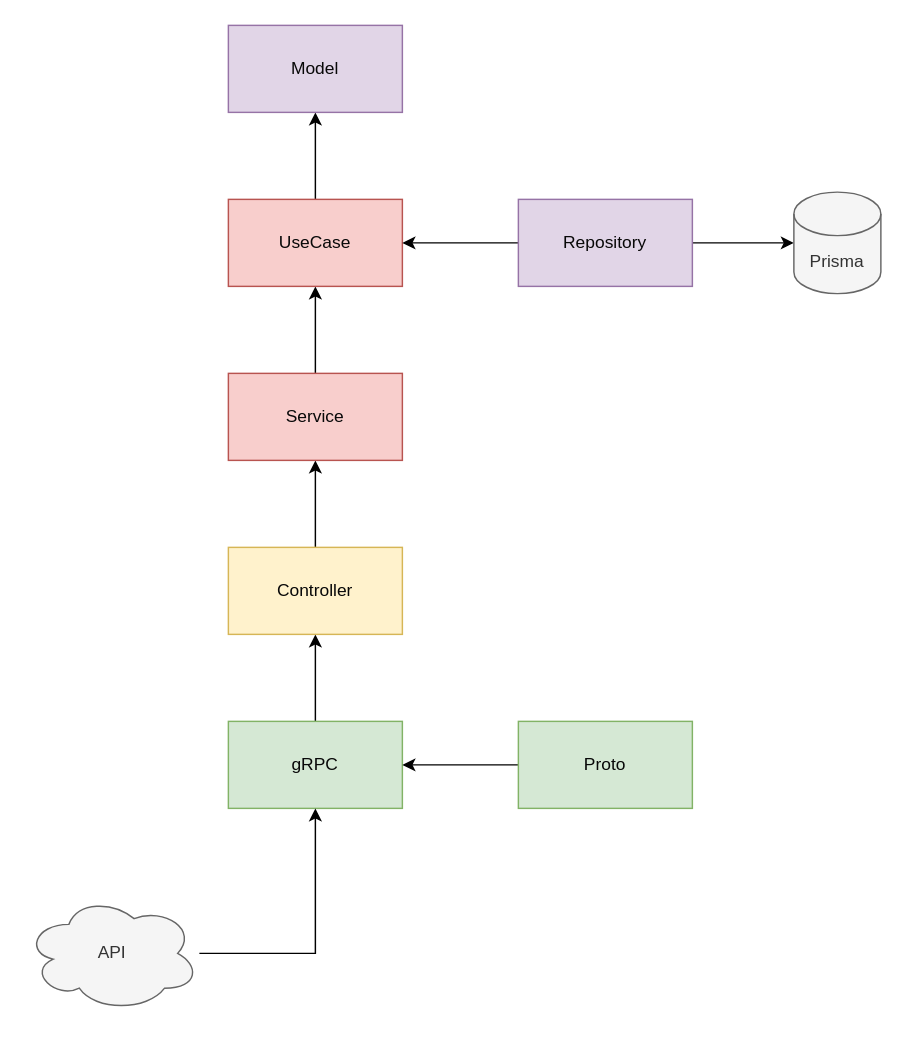
acmesquita/gTasks keeps this draw.io diagram as page "Account" (2 of 4) of docs/arch.drawio. Above is the earlier version. Source tidied: cells renumbered, new cells numbered last; positions are measured from the earlier drawing's top-left corner, leaving out a move shared by most shapes. Both pictures are drawn from the tidied source at 145%, with x=0, y=0 at pixel (25, 25).
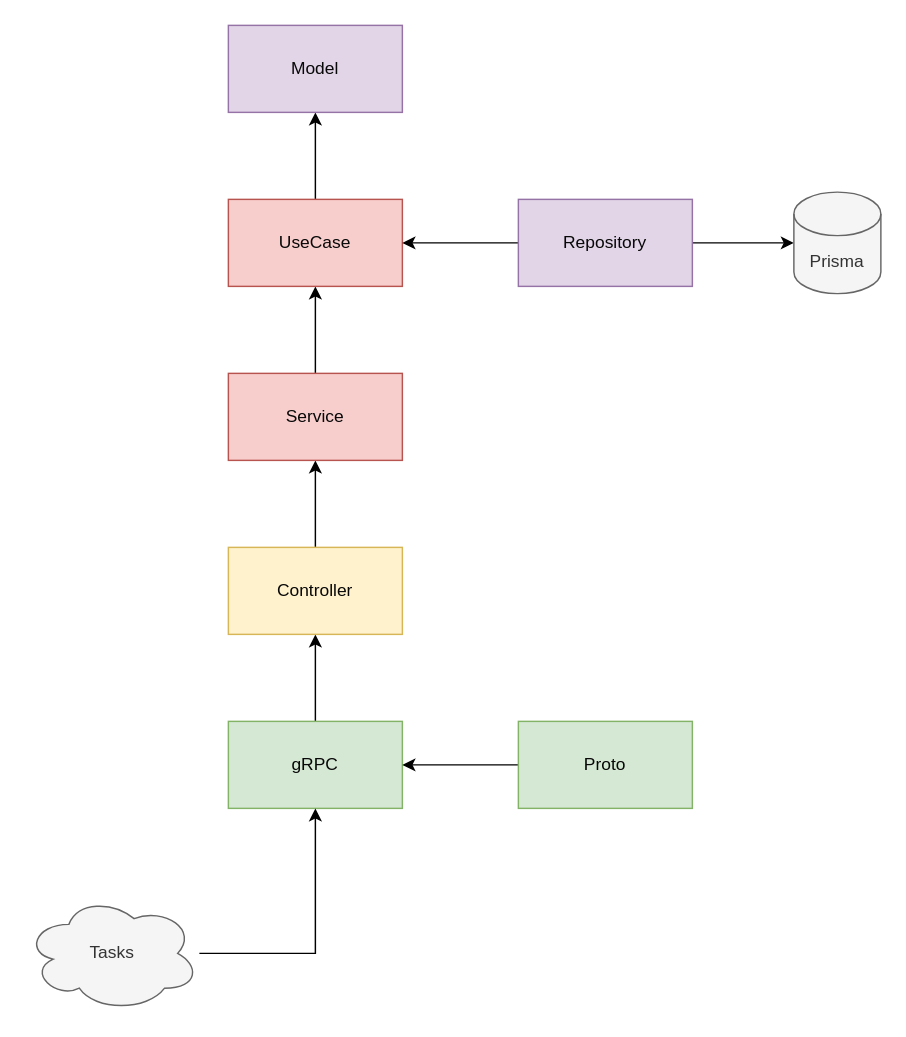
The same page after the edit.

Commit message (it also covers changes not shown here):
docs: update arch viewer

What changed in the source:
```diff
@@
 <mxGraphModel>
   <root>
     <mxCell id="0" />
     <mxCell id="1" parent="0" />
     <mxCell id="2" style="edgeStyle=orthogonalEdgeStyle;rounded=0;jettySize=auto;html=1;" parent="1" edge="1" source="3" target="5">
       <mxGeometry relative="1" as="geometry" />
     </mxCell>
     <mxCell id="3" value="gRPC" style="rounded=0;whiteSpace=wrap;html=1;fillColor=#d5e8d4;strokeColor=#82b366;fontColor=#080808;" parent="1" vertex="1">
       <mxGeometry x="140" y="480" width="120" height="60" as="geometry" />
     </mxCell>
     <mxCell id="4" style="edgeStyle=orthogonalEdgeStyle;rounded=0;jettySize=auto;html=1;" parent="1" edge="1" source="5" target="7">
       <mxGeometry relative="1" as="geometry" />
     </mxCell>
     <mxCell id="5" value="Controller" style="rounded=0;whiteSpace=wrap;html=1;fillColor=#fff2cc;strokeColor=#d6b656;fontColor=#080808;" parent="1" vertex="1">
       <mxGeometry x="140" y="360" width="120" height="60" as="geometry" />
     </mxCell>
     <mxCell id="6" style="edgeStyle=orthogonalEdgeStyle;rounded=0;jettySize=auto;html=1;" parent="1" edge="1" source="7" target="9">
       <mxGeometry relative="1" as="geometry" />
     </mxCell>
     <mxCell id="7" value="Service" style="rounded=0;whiteSpace=wrap;html=1;fillColor=#f8cecc;strokeColor=#b85450;fontColor=#080808;" parent="1" vertex="1">
       <mxGeometry x="140" y="240" width="120" height="60" as="geometry" />
     </mxCell>
     <mxCell id="8" style="edgeStyle=orthogonalEdgeStyle;rounded=0;jettySize=auto;html=1;" parent="1" edge="1" source="9" target="13">
       <mxGeometry relative="1" as="geometry" />
     </mxCell>
     <mxCell id="9" value="UseCase" style="rounded=0;whiteSpace=wrap;html=1;fillColor=#f8cecc;strokeColor=#b85450;fontColor=#080808;" parent="1" vertex="1">
       <mxGeometry x="140" y="120" width="120" height="60" as="geometry" />
     </mxCell>
     <mxCell id="10" style="edgeStyle=orthogonalEdgeStyle;rounded=0;jettySize=auto;html=1;entryX=1;entryY=0.5;entryDx=0;entryDy=0;" parent="1" edge="1" source="12" target="9">
       <mxGeometry relative="1" as="geometry" />
     </mxCell>
     <mxCell id="11" style="edgeStyle=orthogonalEdgeStyle;rounded=0;jettySize=auto;html=1;entryX=0;entryY=0.5;entryDx=0;entryDy=0;entryPerimeter=0;" parent="1" edge="1" source="12" target="16">
       <mxGeometry relative="1" as="geometry" />
     </mxCell>
     <mxCell id="12" value="Repository" style="rounded=0;whiteSpace=wrap;html=1;fillColor=#e1d5e7;strokeColor=#9673a6;fontColor=#080808;" parent="1" vertex="1">
       <mxGeometry x="340" y="120" width="120" height="60" as="geometry" />
     </mxCell>
     <mxCell id="13" value="Model" style="rounded=0;whiteSpace=wrap;html=1;fillColor=#e1d5e7;strokeColor=#9673a6;fontColor=#080808;" parent="1" vertex="1">
       <mxGeometry x="140" width="120" height="60" as="geometry" />
     </mxCell>
     <mxCell id="14" style="edgeStyle=orthogonalEdgeStyle;rounded=0;jettySize=auto;html=1;" parent="1" edge="1" source="15" target="3">
       <mxGeometry relative="1" as="geometry" />
     </mxCell>
     <mxCell id="15" value="Proto" style="rounded=0;whiteSpace=wrap;html=1;fillColor=#d5e8d4;strokeColor=#82b366;fontColor=#080808;" parent="1" vertex="1">
       <mxGeometry x="340" y="480" width="120" height="60" as="geometry" />
     </mxCell>
     <mxCell id="16" value="Prisma" style="shape=cylinder3;whiteSpace=wrap;html=1;boundedLbl=1;backgroundOutline=1;size=15;fillColor=#f5f5f5;fontColor=#333333;strokeColor=#666666;" parent="1" vertex="1">
       <mxGeometry x="530" y="115" width="60" height="70" as="geometry" />
     </mxCell>
     <mxCell id="17" style="edgeStyle=orthogonalEdgeStyle;rounded=0;jettySize=auto;html=1;entryX=0.5;entryY=1;entryDx=0;entryDy=0;" parent="1" edge="1" source="18" target="3">
       <mxGeometry relative="1" as="geometry" />
     </mxCell>
-    <mxCell id="18" value="API" style="ellipse;shape=cloud;whiteSpace=wrap;html=1;fillColor=#f5f5f5;fontColor=#333333;strokeColor=#666666;" parent="1" vertex="1">
+    <mxCell id="18" value="Tasks" style="ellipse;shape=cloud;whiteSpace=wrap;html=1;fillColor=#f5f5f5;fontColor=#333333;strokeColor=#666666;" parent="1" vertex="1">
       <mxGeometry y="600" width="120" height="80" as="geometry" />
     </mxCell>
   </root>
 </mxGraphModel>
```
